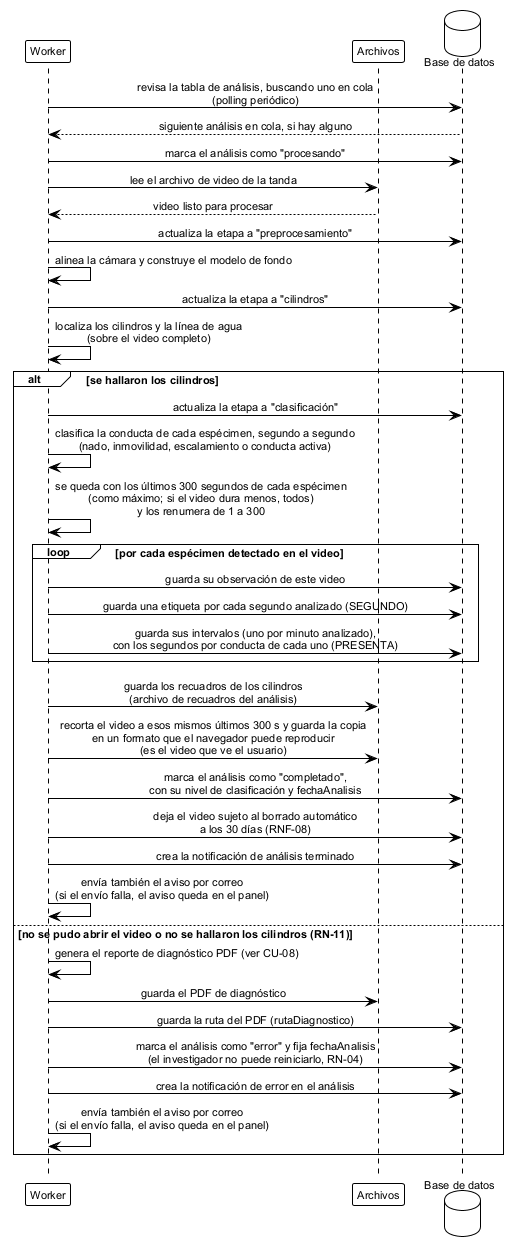
ErickJester/fst-ai-system-latex keeps this PlantUML diagram as figures/mermaid/seq_analisis_automatico.png. Above is the earlier version.
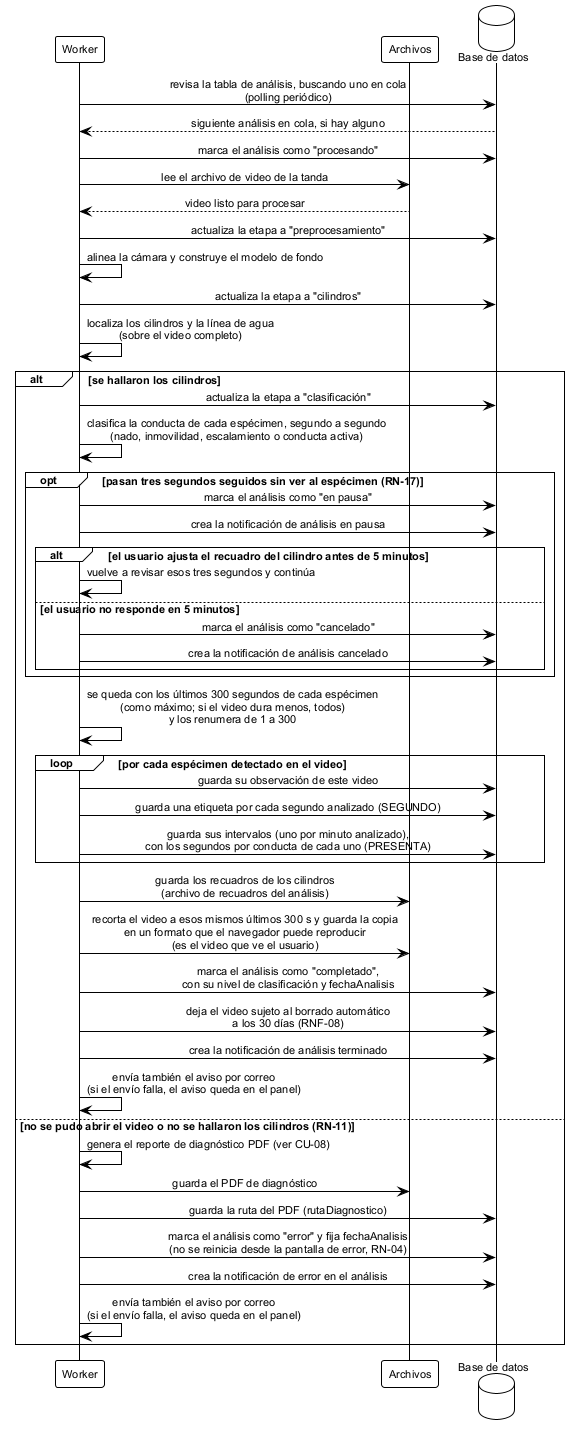
After the commit.

The edit, as a diff of the source:
```diff
@@ -27,6 +27,17 @@
 alt se hallaron los cilindros
   w -> db: actualiza la etapa a "clasificación"
   w -> w: clasifica la conducta de cada espécimen, segundo a segundo\n(nado, inmovilidad, escalamiento o conducta activa)
+  opt pasan tres segundos seguidos sin ver al espécimen (RN-17)
+    w -> db: marca el análisis como "en pausa"
+    w -> db: crea la notificación de análisis en pausa
+    alt el usuario ajusta el recuadro del cilindro antes de 5 minutos
+      w -> w: vuelve a revisar esos tres segundos y continúa
+    else el usuario no responde en 5 minutos
+      w -> db: marca el análisis como "cancelado"
+      w -> db: crea la notificación de análisis cancelado
+    end
+  end
+
   w -> w: se queda con los últimos 300 segundos de cada espécimen\n(como máximo; si el video dura menos, todos)\ny los renumera de 1 a 300
 
   loop por cada espécimen detectado en el video
@@ -46,7 +57,7 @@
   w -> w: genera el reporte de diagnóstico PDF (ver CU-08)
   w -> fs: guarda el PDF de diagnóstico
   w -> db: guarda la ruta del PDF (rutaDiagnostico)
-  w -> db: marca el análisis como "error" y fija fechaAnalisis\n(el investigador no puede reiniciarlo, RN-04)
+  w -> db: marca el análisis como "error" y fija fechaAnalisis\n(no se reinicia desde la pantalla de error, RN-04)
   w -> db: crea la notificación de error en el análisis
   w -> w: envía también el aviso por correo\n(si el envío falla, el aviso queda en el panel)
 end
```
